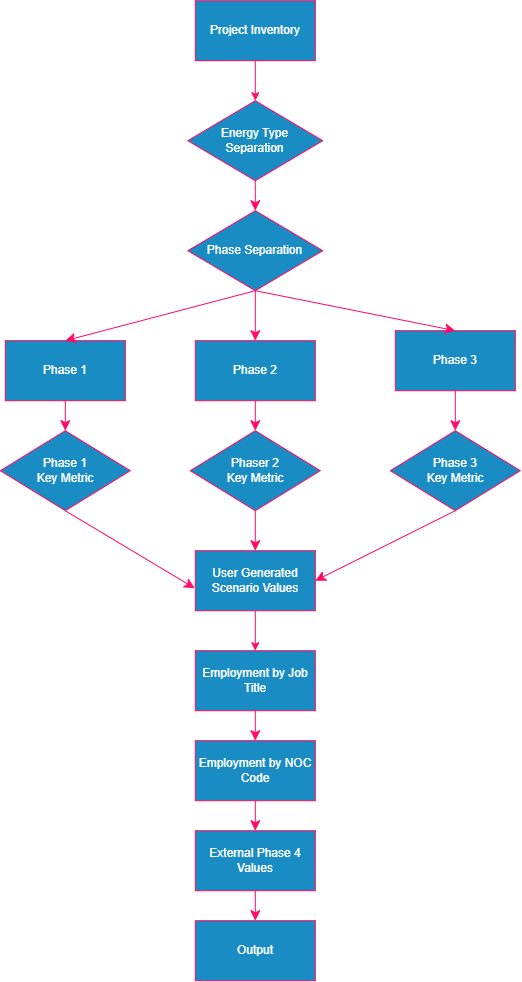
Before: projects/images/diagram - calculation.png, a diagram exported from draw.io (JordanL-M/portfolio). Source tidied: cells renumbered, new cells last; positions are measured from the earlier drawing's top-left corner, leaving out a move shared by most shapes.
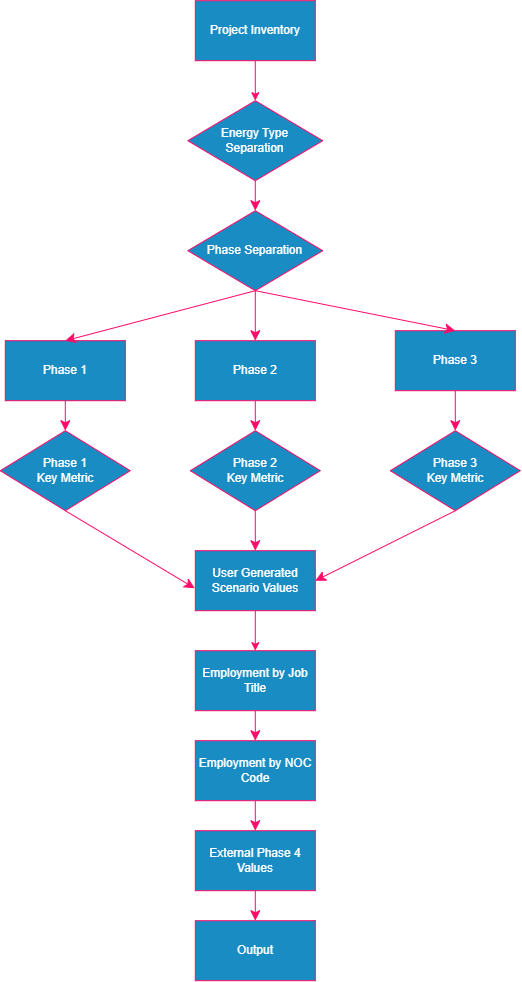
After the change.

Diff of the diagram source:
```diff
@@ -68,7 +68,7 @@
     <mxCell id="23" style="edgeStyle=none;curved=1;rounded=0;jettySize=auto;html=1;exitX=0.5;exitY=1;exitDx=0;exitDy=0;entryX=0.5;entryY=0;entryDx=0;entryDy=0;fontSize=12;startSize=8;endSize=8;fillColor=#d80073;strokeColor=light-dark(#A50040, #ff0a68);" parent="1" edge="1" source="24" target="30">
       <mxGeometry relative="1" as="geometry" />
     </mxCell>
-    <mxCell id="24" value="&lt;span style=&quot;color: light-dark(rgb(255, 255, 255), rgb(255, 255, 255));&quot;&gt;Phaser 2&lt;br&gt;Key Metric&lt;/span&gt;" style="rhombus;whiteSpace=wrap;html=1;rounded=0;fillColor=#1ba1e2;fontColor=#ffffff;strokeColor=light-dark(#006EAF, #f90a66);" parent="1" vertex="1">
+    <mxCell id="24" value="&lt;span style=&quot;color: light-dark(rgb(255, 255, 255), rgb(255, 255, 255));&quot;&gt;Phase 2&lt;br&gt;Key Metric&lt;/span&gt;" style="rhombus;whiteSpace=wrap;html=1;rounded=0;fillColor=#1ba1e2;fontColor=#ffffff;strokeColor=light-dark(#006EAF, #f90a66);" parent="1" vertex="1">
       <mxGeometry x="190" y="430" width="130" height="80" as="geometry" />
     </mxCell>
     <mxCell id="25" style="edgeStyle=none;curved=1;rounded=0;jettySize=auto;html=1;exitX=0.5;exitY=1;exitDx=0;exitDy=0;entryX=0.5;entryY=0;entryDx=0;entryDy=0;fontSize=12;startSize=8;endSize=8;fillColor=#d80073;strokeColor=light-dark(#A50040, #ff0a68);" parent="1" edge="1" source="26" target="28">
```
